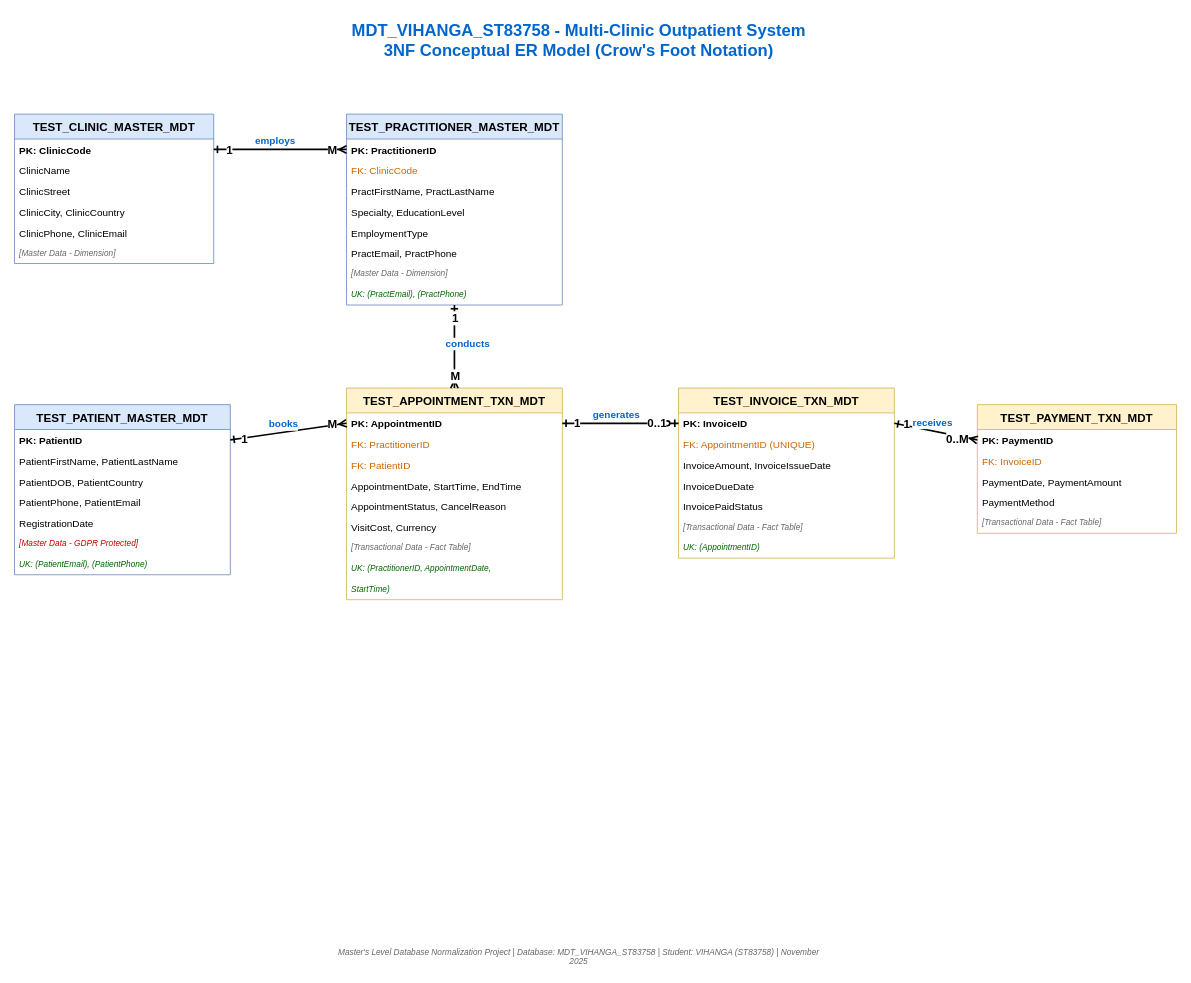
kulasekara02/Modern-Database-Technologies keeps this draw.io diagram as Multi clinic er diagram.drawio. Above is the earlier version. Source tidied: cells renumbered, new cells numbered last; positions are measured from the earlier drawing's top-left corner, leaving out a move shared by most shapes. Both pictures are drawn from the tidied source at 83%, with x=0, y=0 at pixel (14, 14).
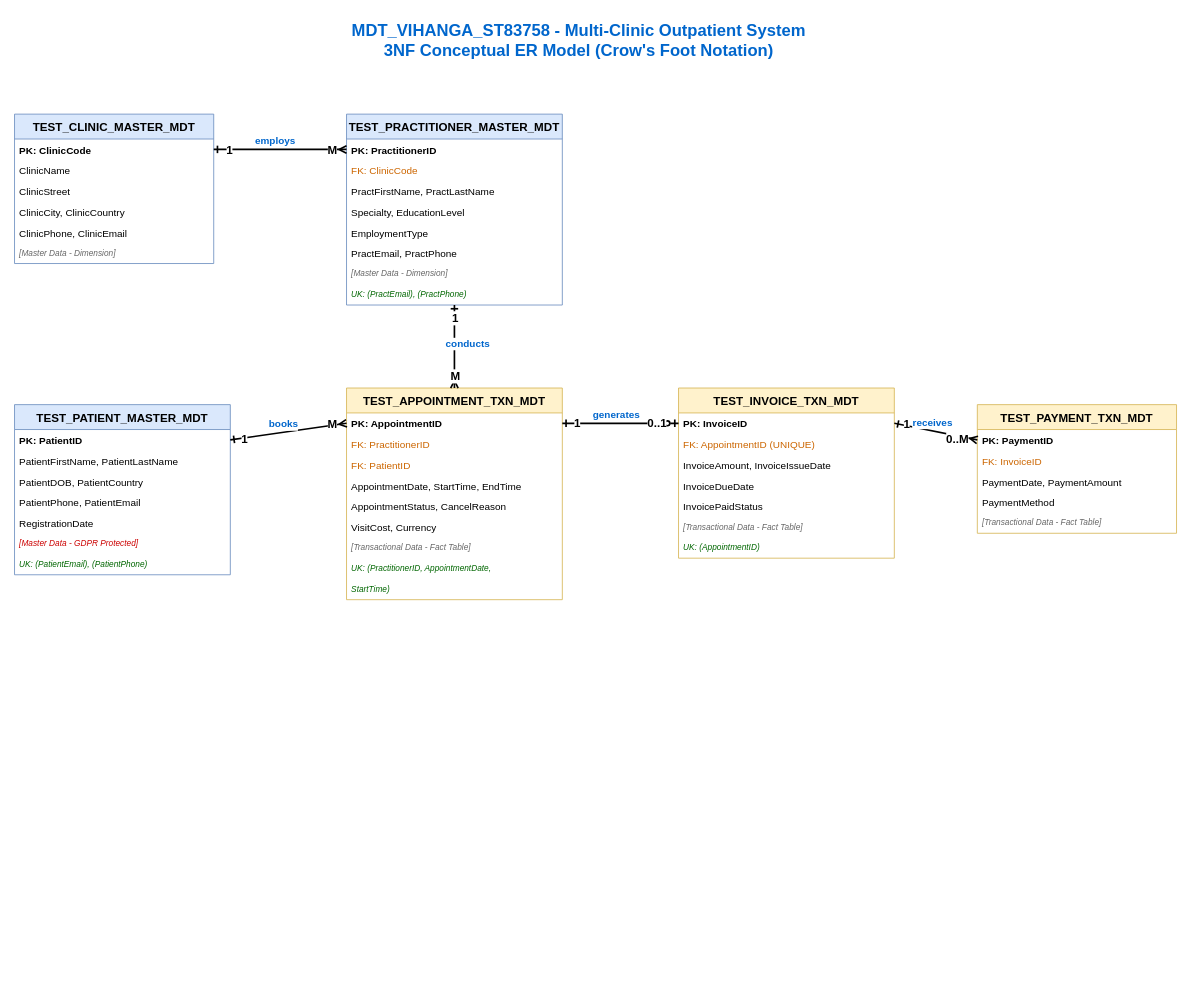
After the change.

Change to the diagram source:
```diff
@@
-    <mxCell id="71" value="Master's Level Database Normalization Project | Database: MDT_VIHANGA_ST83758 | Student: VIHANGA (ST83758) | November 2025" style="text;html=1;strokeColor=none;fillColor=none;align=center;verticalAlign=middle;whiteSpace=wrap;rounded=0;fontSize=10;fontStyle=2;fontColor=#666666;" parent="1" vertex="1">
-      <mxGeometry x="380" y="1120" width="600" height="30" as="geometry" />
-    </mxCell>
```
